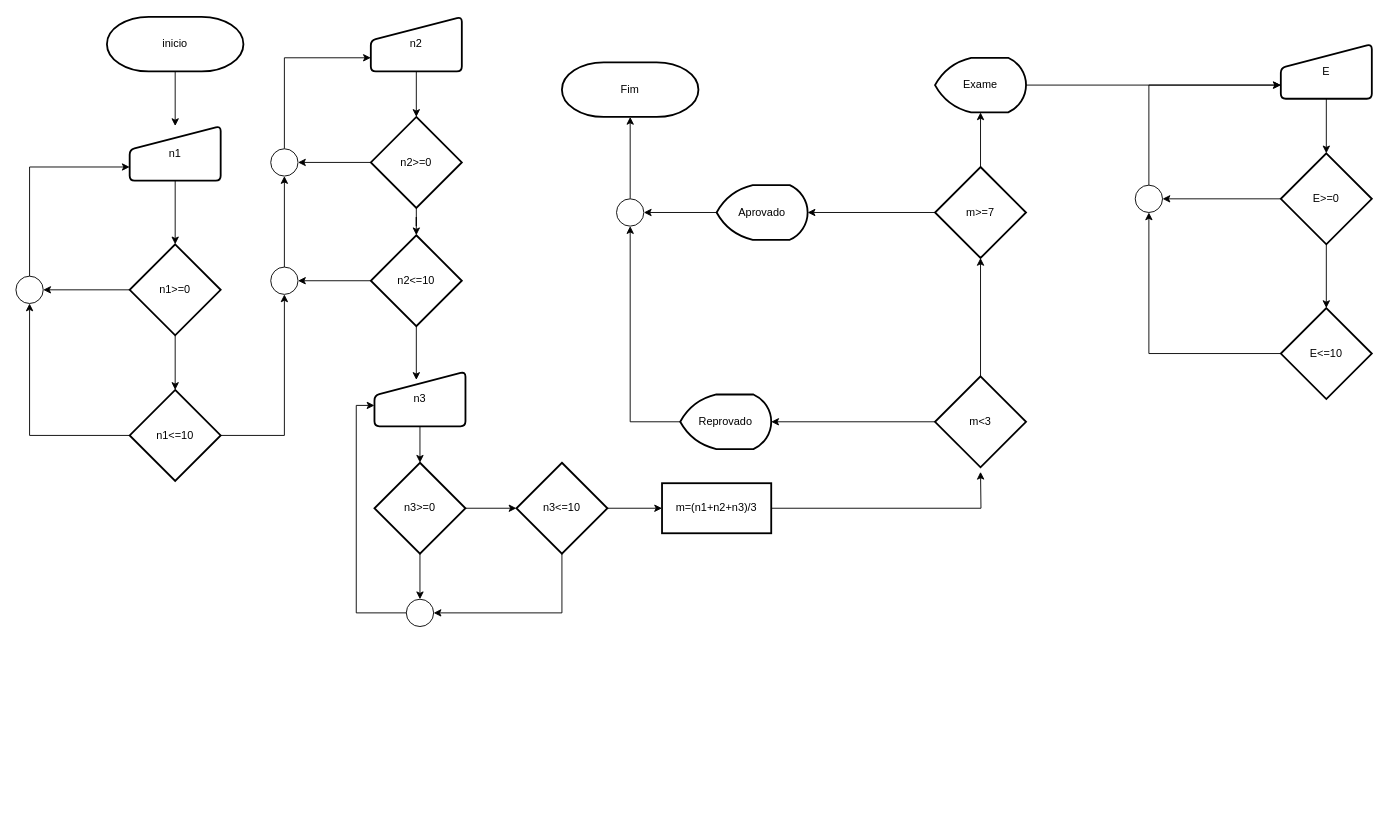
Earlier version of the draw.io diagram Fluxograma aleffer.drawio (Chibilski/Fluxogramas-Listas-Portugol). Source tidied: cells renumbered, new cells numbered last; positions are measured from the earlier drawing's top-left corner, leaving out a move shared by most shapes. Both pictures are drawn from the tidied source at 91%, with x=0, y=0 at pixel (15, 16).
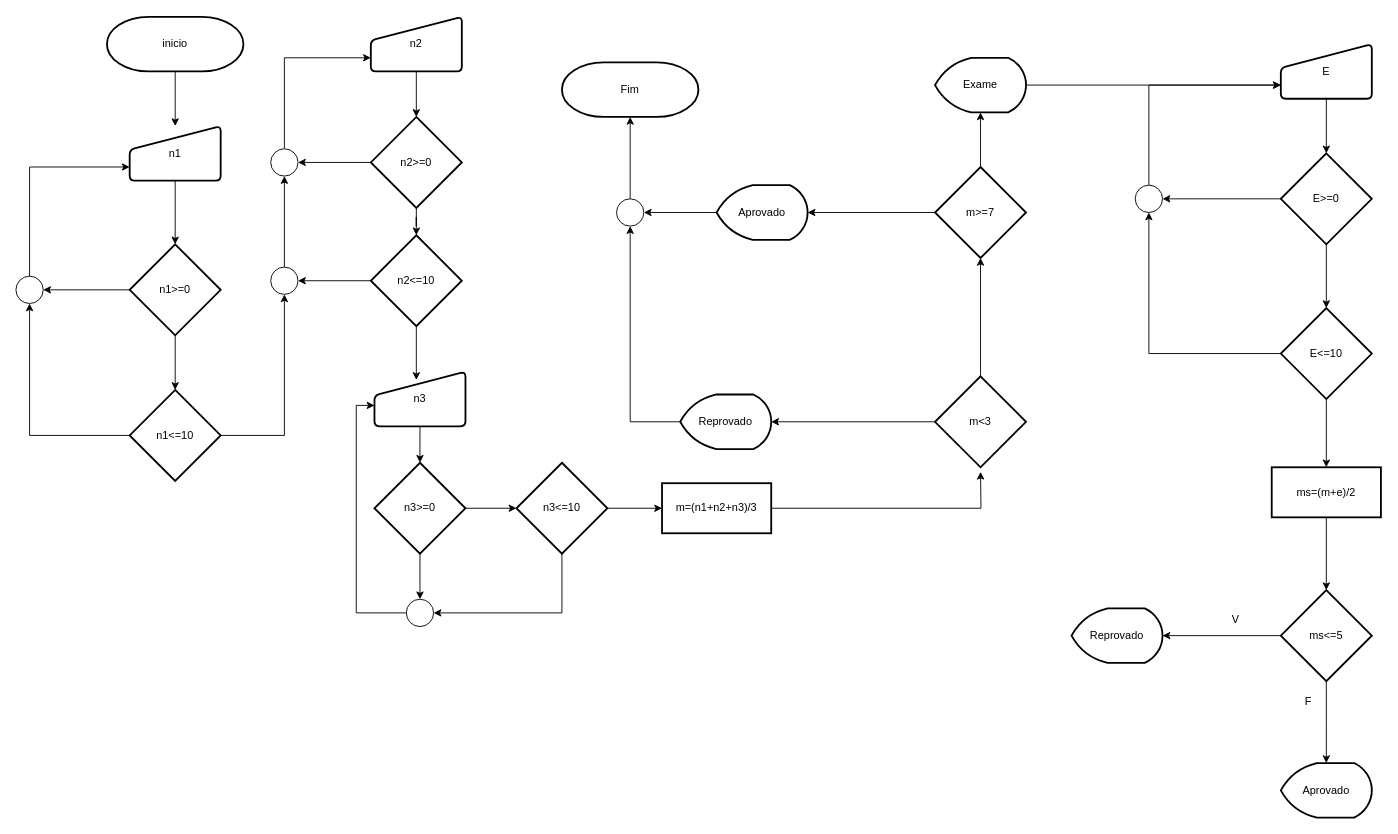
The same diagram, later.

The change refers to these unchanged cells:
```xml
<mxCell id="59" value="E&amp;lt;=10" style="strokeWidth=2;html=1;shape=mxgraph.flowchart.decision;whiteSpace=wrap;" parent="1" vertex="1">
  <mxGeometry x="1390" y="320" width="100" height="100" as="geometry" />
</mxCell>
```

What changed in the source:
```diff
@@
+    <mxCell id="62" style="edgeStyle=orthogonalEdgeStyle;rounded=0;jettySize=auto;html=1;entryX=0.5;entryY=0;entryDx=0;entryDy=0;" parent="1" edge="1" source="59" target="64">
+      <mxGeometry relative="1" as="geometry" />
+    </mxCell>
@@
+    <mxCell id="63" style="edgeStyle=orthogonalEdgeStyle;rounded=0;jettySize=auto;html=1;entryX=0.5;entryY=0;entryDx=0;entryDy=0;entryPerimeter=0;" parent="1" edge="1" source="64" target="67">
+      <mxGeometry relative="1" as="geometry" />
+    </mxCell>
+    <mxCell id="64" value="ms=(m+e)/2" style="rounded=1;whiteSpace=wrap;html=1;absoluteArcSize=1;arcSize=0;strokeWidth=2;" parent="1" vertex="1">
+      <mxGeometry x="1380" y="495" width="120" height="55" as="geometry" />
+    </mxCell>
+    <mxCell id="65" style="edgeStyle=orthogonalEdgeStyle;rounded=0;jettySize=auto;html=1;" parent="1" edge="1" source="67" target="68">
+      <mxGeometry relative="1" as="geometry" />
+    </mxCell>
+    <mxCell id="66" style="edgeStyle=orthogonalEdgeStyle;rounded=0;jettySize=auto;html=1;" parent="1" edge="1" source="67">
+      <mxGeometry relative="1" as="geometry">
+        <mxPoint x="1440" y="820" as="targetPoint" />
+      </mxGeometry>
+    </mxCell>
+    <mxCell id="67" value="ms&amp;lt;=5" style="strokeWidth=2;html=1;shape=mxgraph.flowchart.decision;whiteSpace=wrap;" parent="1" vertex="1">
+      <mxGeometry x="1390" y="630" width="100" height="100" as="geometry" />
+    </mxCell>
+    <mxCell id="68" value="Reprovado" style="strokeWidth=2;html=1;shape=mxgraph.flowchart.display;whiteSpace=wrap;" parent="1" vertex="1">
+      <mxGeometry x="1160" y="650" width="100" height="60" as="geometry" />
+    </mxCell>
+    <mxCell id="69" value="Aprovado" style="strokeWidth=2;html=1;shape=mxgraph.flowchart.display;whiteSpace=wrap;" parent="1" vertex="1">
+      <mxGeometry x="1390" y="820" width="100" height="60" as="geometry" />
+    </mxCell>
+    <mxCell id="70" value="V" style="text;html=1;align=center;verticalAlign=middle;strokeColor=none;fillColor=none;" parent="1" vertex="1">
+      <mxGeometry x="1325" y="648" width="30" height="30" as="geometry" />
+    </mxCell>
+    <mxCell id="71" value="F" style="text;html=1;align=center;verticalAlign=middle;strokeColor=none;fillColor=none;" parent="1" vertex="1">
+      <mxGeometry x="1405" y="738" width="30" height="30" as="geometry" />
+    </mxCell>
```
